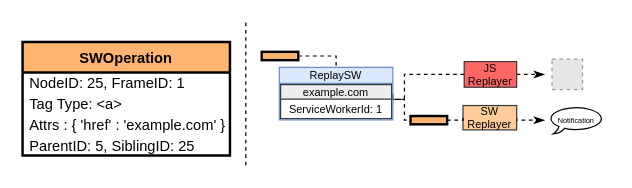
jallen89/jscapsule-figures keeps this draw.io diagram as page "sw-replayer" (6 of 6) of replay-diagrams.drawio. Above is the earlier version. Source tidied: cells renumbered, new cells numbered last; positions are measured from the earlier drawing's top-left corner, leaving out a move shared by most shapes. Both pictures are drawn from the tidied source at 122%, with x=0, y=0 at pixel (22, 21). Pictures stored in the file or linked from it are replaced by grey dashed boxes.
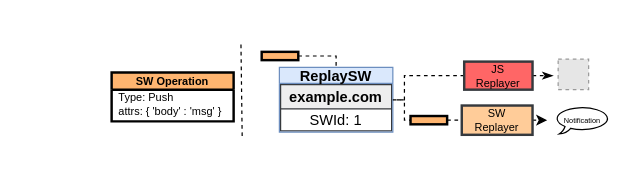
The same diagram, later.

Change to the diagram source:
```diff
@@
-    <mxCell id="3" style="edgeStyle=orthogonalEdgeStyle;rounded=0;jettySize=auto;html=1;exitX=1;exitY=0.5;exitDx=0;exitDy=0;dashed=1;fontSize=6;startArrow=none;startFill=0;endArrow=classicThin;endFill=1;" parent="1" edge="1" source="4">
-      <mxGeometry relative="1" as="geometry">
-        <mxPoint x="428" y="44" as="targetPoint" />
-      </mxGeometry>
-    </mxCell>
+    <mxCell id="23" style="edgeStyle=orthogonalEdgeStyle;rounded=0;jettySize=auto;html=1;exitX=1;exitY=0.5;exitDx=0;exitDy=0;dashed=1;fontSize=9;startArrow=none;startFill=0;endArrow=classicThin;endFill=1;" parent="1" edge="1" source="4">
+      <mxGeometry relative="1" as="geometry">
+        <mxPoint x="435" y="44.5" as="targetPoint" />
+      </mxGeometry>
+    </mxCell>
-    <mxCell id="4" value="&lt;div style=&quot;font-size: 9px&quot;&gt;&lt;font style=&quot;font-size: 9px&quot;&gt;JS&lt;/font&gt;&lt;/div&gt;&lt;div style=&quot;font-size: 9px&quot;&gt;&lt;font style=&quot;font-size: 9px&quot;&gt;Replayer&lt;/font&gt;&lt;br&gt;&lt;/div&gt;" style="rounded=0;whiteSpace=wrap;html=1;fontSize=8;strokeColor=#36393d;fillColor=#FF6666;strokeWidth=1;" parent="1" vertex="1">
-      <mxGeometry x="362" y="33" width="43" height="21" as="geometry" />
+    <mxCell id="4" value="&lt;div style=&quot;font-size: 9px&quot;&gt;&lt;font style=&quot;font-size: 9px&quot;&gt;JS&lt;/font&gt;&lt;/div&gt;&lt;div style=&quot;font-size: 9px&quot;&gt;&lt;font style=&quot;font-size: 9px&quot;&gt;Replayer&lt;/font&gt;&lt;br&gt;&lt;/div&gt;" style="rounded=0;whiteSpace=wrap;html=1;fontSize=8;strokeColor=#36393d;fillColor=#FF6666;strokeWidth=2;" parent="1" vertex="1">
+      <mxGeometry x="362" y="33" width="56" height="23" as="geometry" />
     </mxCell>
-    <mxCell id="5" style="edgeStyle=orthogonalEdgeStyle;rounded=0;jettySize=auto;html=1;exitX=1;exitY=0.5;exitDx=0;exitDy=0;dashed=1;fontSize=6;endArrow=classicThin;endFill=1;startArrow=none;startFill=0;" parent="1" edge="1" source="6">
+    <mxCell id="5" style="edgeStyle=orthogonalEdgeStyle;rounded=0;jettySize=auto;html=1;exitX=1;exitY=0.5;exitDx=0;exitDy=0;dashed=1;fontSize=6;endArrow=classic;endFill=1;" parent="1" edge="1" source="6">
       <mxGeometry relative="1" as="geometry">
-        <mxPoint x="428" y="81" as="targetPoint" />
-        <Array as="points">
-          <mxPoint x="405" y="81" />
-        </Array>
+        <mxPoint x="430" y="81" as="targetPoint" />
       </mxGeometry>
     </mxCell>
-    <mxCell id="6" value="&lt;div style=&quot;font-size: 9px&quot;&gt;&lt;font style=&quot;font-size: 9px&quot;&gt;SW&lt;/font&gt;&lt;/div&gt;&lt;div style=&quot;font-size: 9px&quot;&gt;&lt;font style=&quot;font-size: 9px&quot;&gt;Replayer&lt;/font&gt;&lt;br&gt;&lt;/div&gt;" style="rounded=0;whiteSpace=wrap;html=1;fontSize=8;strokeColor=#36393d;fillColor=#ffcc99;strokeWidth=1;" parent="1" vertex="1">
-      <mxGeometry x="361" y="69" width="44" height="20" as="geometry" />
+    <mxCell id="6" value="&lt;div style=&quot;font-size: 9px&quot;&gt;&lt;font style=&quot;font-size: 9px&quot;&gt;SW&lt;/font&gt;&lt;/div&gt;&lt;div style=&quot;font-size: 9px&quot;&gt;&lt;font style=&quot;font-size: 9px&quot;&gt;Replayer&lt;/font&gt;&lt;br&gt;&lt;/div&gt;" style="rounded=0;whiteSpace=wrap;html=1;fontSize=8;strokeColor=#36393d;fillColor=#ffcc99;strokeWidth=2;" parent="1" vertex="1">
+      <mxGeometry x="360" y="69" width="58" height="24" as="geometry" />
     </mxCell>
@@
     <mxCell id="8" style="fillColor=#E6E6E6;strokeColor=#999999;dashed=1;verticalLabelPosition=bottom;labelBackgroundColor=default;verticalAlign=top;" parent="1" vertex="1">
-      <mxGeometry x="434" y="31" width="25" height="25" as="geometry" />
+      <mxGeometry x="439" y="31" width="25" height="25" as="geometry" />
     </mxCell>
@@
+    <mxCell id="24" style="group;" parent="1" vertex="1">
+      <mxGeometry x="210.5" y="37.8" width="93" height="53" as="geometry" />
+    </mxCell>
+    <mxCell id="14" value="example.com" style="swimlane;fontStyle=1;horizontal=1;startSize=20;strokeWidth=1;fillColor=#eeeeee;strokeColor=#36393d;align=center;" parent="24" vertex="1">
+      <mxGeometry x="1" y="14" width="91" height="38" as="geometry" />
+    </mxCell>
+    <mxCell id="15" value="SWId: 1" style="text;strokeColor=none;fillColor=none;align=center;verticalAlign=middle;spacingLeft=4;spacingRight=4;overflow=hidden;strokeWidth=1;" parent="14" vertex="1">
+      <mxGeometry y="20" width="91" height="18" as="geometry" />
+    </mxCell>
+    <mxCell id="16" value="ReplaySW" style="swimlane;fillColor=#dae8fc;strokeColor=#6c8ebf;startSize=13;" parent="24" vertex="1">
+      <mxGeometry width="93" height="53" as="geometry" />
+    </mxCell>
@@
     <mxCell id="11" value="&lt;font style=&quot;font-size: 6px&quot;&gt;Notification&lt;/font&gt;" style="whiteSpace=wrap;html=1;shape=mxgraph.basic.oval_callout;fontSize=9;" parent="1" vertex="1">
-      <mxGeometry x="431" y="69.7" width="46" height="22.6" as="geometry" />
+      <mxGeometry x="436" y="69.7" width="46" height="22.6" as="geometry" />
     </mxCell>
@@
-    <mxCell id="14" value="example.com" style="swimlane;fontStyle=0;horizontal=1;startSize=12;strokeWidth=1;fillColor=#eeeeee;strokeColor=#36393d;align=center;fontSize=9;" parent="1" vertex="1">
-      <mxGeometry x="211.5" y="51.8" width="91" height="28" as="geometry" />
-    </mxCell>
-    <mxCell id="15" value="ServiceWorkerId: 1" style="text;strokeColor=none;fillColor=none;align=center;verticalAlign=middle;spacingLeft=4;spacingRight=4;overflow=hidden;strokeWidth=1;fontSize=9;" parent="14" vertex="1">
-      <mxGeometry y="12" width="91" height="16" as="geometry" />
-    </mxCell>
-    <mxCell id="16" value="ReplaySW" style="swimlane;fillColor=#dae8fc;strokeColor=#6c8ebf;startSize=13;fontSize=9;fontStyle=0;" parent="1" vertex="1">
-      <mxGeometry x="210.5" y="37.8" width="93" height="43" as="geometry" />
-    </mxCell>
-    <mxCell id="17" value="SWOperation" style="swimlane;fontStyle=1;horizontal=1;startSize=25;fontFamily=Helvetica;strokeColor=#000000;strokeWidth=2;fillColor=#FFB570;gradientColor=none;" parent="1" vertex="1">
-      <mxGeometry y="17" width="170" height="93" as="geometry" />
-    </mxCell>
-    <mxCell id="18" value="NodeID: 25, FrameID: 1" style="text;strokeColor=none;fillColor=none;align=left;verticalAlign=middle;spacingLeft=4;spacingRight=4;overflow=hidden;fontFamily=Helvetica;" parent="17" vertex="1">
-      <mxGeometry y="25" width="170" height="17" as="geometry" />
-    </mxCell>
-    <mxCell id="19" value="Tag Type: &lt;a&gt;" style="text;strokeColor=none;fillColor=none;align=left;verticalAlign=middle;spacingLeft=4;spacingRight=4;overflow=hidden;fontFamily=Helvetica;" parent="17" vertex="1">
-      <mxGeometry y="42" width="170" height="17" as="geometry" />
-    </mxCell>
-    <mxCell id="20" value="Attrs : { 'href' : 'example.com' }" style="text;strokeColor=none;fillColor=none;align=left;verticalAlign=middle;spacingLeft=4;spacingRight=4;overflow=hidden;fontFamily=Helvetica;" parent="17" vertex="1">
-      <mxGeometry y="59" width="170" height="17" as="geometry" />
-    </mxCell>
-    <mxCell id="21" value="ParentID: 5, SiblingID: 25" style="text;strokeColor=none;fillColor=none;align=left;verticalAlign=middle;spacingLeft=4;spacingRight=4;overflow=hidden;fontFamily=Helvetica;" parent="17" vertex="1">
-      <mxGeometry y="76" width="170" height="17" as="geometry" />
-    </mxCell>
-    <mxCell id="22" style="endArrow=none;dashed=1;html=1;rounded=0;fontSize=9;" parent="1" edge="1">
-      <mxGeometry relative="1" as="geometry">
-        <mxPoint x="183" y="118" as="sourcePoint" />
-        <mxPoint x="183" as="targetPoint" />
-      </mxGeometry>
-    </mxCell>
+    <mxCell id="25" value="SW Operation" style="swimlane;fontStyle=1;horizontal=1;startSize=14;fontFamily=Helvetica;strokeColor=#000000;strokeWidth=2;fillColor=#FFB570;gradientColor=none;fontSize=9;" parent="1" vertex="1">
+      <mxGeometry x="73" y="42" width="100" height="40" as="geometry" />
+    </mxCell>
+    <mxCell id="26" value="Type: Push&#10;attrs: { 'body' : 'msg' }&#10;" style="text;strokeColor=none;fillColor=none;align=left;verticalAlign=middle;spacingLeft=4;spacingRight=4;overflow=hidden;fontFamily=Helvetica;fontSize=9;" parent="25" vertex="1">
+      <mxGeometry y="14" width="100" height="26" as="geometry" />
+    </mxCell>
+    <mxCell id="27" style="endArrow=none;dashed=1;html=1;rounded=0;fontSize=9;" parent="1" edge="1">
+      <mxGeometry relative="1" as="geometry">
+        <mxPoint x="180" y="94" as="sourcePoint" />
+        <mxPoint x="179" y="18" as="targetPoint" />
+      </mxGeometry>
+    </mxCell>
```
